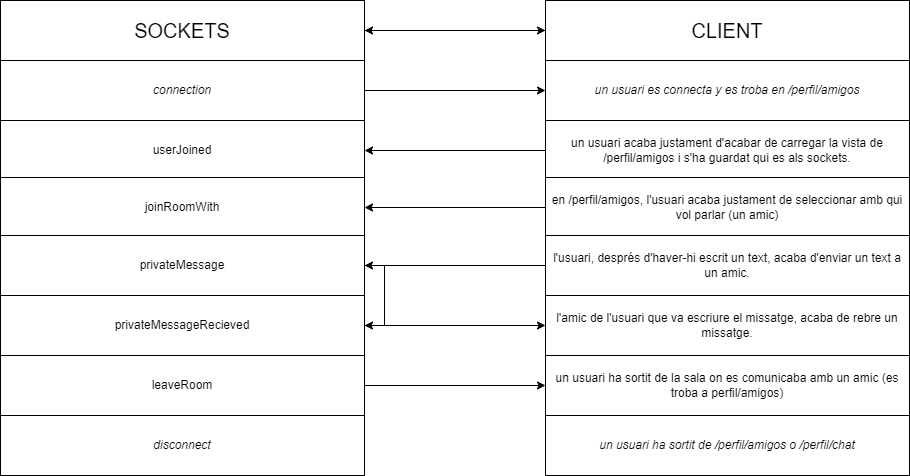
Above: doc/Documentació Tècnica/Esdeveniments Sockets/sockets-esdeveniments.drawio.png in a22joslarfer/tr3-prj3-g6 (draw.io), before the change. Source tidied: cells renumbered, new cells last; positions are measured from the earlier drawing's top-left corner, leaving out a move shared by most shapes. The source it was exported from:
```xml
<mxGraphModel>
  <root>
    <mxCell id="0" />
    <mxCell id="1" parent="0" />
    <mxCell id="2" style="edgeStyle=orthogonalEdgeStyle;rounded=0;jettySize=auto;html=1;entryX=0;entryY=0.5;entryDx=0;entryDy=0;" parent="1" edge="1" source="3" target="5">
      <mxGeometry relative="1" as="geometry" />
    </mxCell>
    <mxCell id="3" value="&lt;font style=&quot;font-size: 20px;&quot;&gt;SOCKETS&lt;/font&gt;" style="rounded=0;whiteSpace=wrap;html=1;" parent="1" vertex="1">
      <mxGeometry width="364" height="60" as="geometry" />
    </mxCell>
    <mxCell id="4" style="edgeStyle=orthogonalEdgeStyle;rounded=0;jettySize=auto;html=1;entryX=1;entryY=0.5;entryDx=0;entryDy=0;" parent="1" edge="1" source="5" target="3">
      <mxGeometry relative="1" as="geometry" />
    </mxCell>
    <mxCell id="5" value="&lt;font style=&quot;font-size: 20px;&quot;&gt;CLIENT&lt;/font&gt;" style="rounded=0;whiteSpace=wrap;html=1;" parent="1" vertex="1">
      <mxGeometry x="545" width="364" height="60" as="geometry" />
    </mxCell>
    <mxCell id="6" style="edgeStyle=orthogonalEdgeStyle;rounded=0;jettySize=auto;html=1;entryX=0;entryY=0.5;entryDx=0;entryDy=0;" parent="1" edge="1" source="7" target="17">
      <mxGeometry relative="1" as="geometry" />
    </mxCell>
    <mxCell id="7" value="&lt;i&gt;connection&lt;/i&gt;" style="rounded=0;whiteSpace=wrap;html=1;" parent="1" vertex="1">
      <mxGeometry y="60" width="364" height="60" as="geometry" />
    </mxCell>
    <mxCell id="8" value="userJoined" style="rounded=0;whiteSpace=wrap;html=1;" parent="1" vertex="1">
      <mxGeometry y="120" width="364" height="60" as="geometry" />
    </mxCell>
    <mxCell id="9" value="joinRoomWith" style="rounded=0;whiteSpace=wrap;html=1;" parent="1" vertex="1">
      <mxGeometry y="177" width="364" height="60" as="geometry" />
    </mxCell>
    <mxCell id="10" style="edgeStyle=orthogonalEdgeStyle;rounded=0;jettySize=auto;html=1;entryX=1;entryY=0.5;entryDx=0;entryDy=0;" parent="1" edge="1" source="11" target="13">
      <mxGeometry relative="1" as="geometry">
        <Array as="points">
          <mxPoint x="384" y="265" />
          <mxPoint x="384" y="325" />
        </Array>
      </mxGeometry>
    </mxCell>
    <mxCell id="11" value="privateMessage" style="rounded=0;whiteSpace=wrap;html=1;" parent="1" vertex="1">
      <mxGeometry y="235" width="364" height="60" as="geometry" />
    </mxCell>
    <mxCell id="12" style="edgeStyle=orthogonalEdgeStyle;rounded=0;jettySize=auto;html=1;entryX=0;entryY=0.5;entryDx=0;entryDy=0;" parent="1" edge="1" source="13" target="24">
      <mxGeometry relative="1" as="geometry" />
    </mxCell>
    <mxCell id="13" value="privateMessageRecieved" style="rounded=0;whiteSpace=wrap;html=1;" parent="1" vertex="1">
      <mxGeometry y="295" width="364" height="60" as="geometry" />
    </mxCell>
    <mxCell id="14" style="edgeStyle=orthogonalEdgeStyle;rounded=0;jettySize=auto;html=1;entryX=0;entryY=0.5;entryDx=0;entryDy=0;" parent="1" edge="1" source="15" target="25">
      <mxGeometry relative="1" as="geometry" />
    </mxCell>
    <mxCell id="15" value="leaveRoom" style="rounded=0;whiteSpace=wrap;html=1;" parent="1" vertex="1">
      <mxGeometry y="355" width="364" height="60" as="geometry" />
    </mxCell>
    <mxCell id="16" value="&lt;i&gt;disconnect&lt;/i&gt;" style="rounded=0;whiteSpace=wrap;html=1;" parent="1" vertex="1">
      <mxGeometry y="415" width="364" height="60" as="geometry" />
    </mxCell>
    <mxCell id="17" value="&lt;i&gt;un usuari es connecta y es troba en /perfil/amigos&lt;/i&gt;" style="rounded=0;whiteSpace=wrap;html=1;" parent="1" vertex="1">
      <mxGeometry x="545" y="60" width="364" height="60" as="geometry" />
    </mxCell>
    <mxCell id="18" style="edgeStyle=orthogonalEdgeStyle;rounded=0;jettySize=auto;html=1;entryX=1;entryY=0.5;entryDx=0;entryDy=0;" parent="1" edge="1" source="19" target="8">
      <mxGeometry relative="1" as="geometry" />
    </mxCell>
    <mxCell id="19" value="un usuari acaba justament d'acabar de carregar la vista de /perfil/amigos i s'ha guardat qui es als sockets." style="rounded=0;whiteSpace=wrap;html=1;" parent="1" vertex="1">
      <mxGeometry x="545" y="120" width="364" height="60" as="geometry" />
    </mxCell>
    <mxCell id="20" style="edgeStyle=orthogonalEdgeStyle;rounded=0;jettySize=auto;html=1;" parent="1" edge="1" source="21" target="9">
      <mxGeometry relative="1" as="geometry" />
    </mxCell>
    <mxCell id="21" value="en /perfil/amigos, l'usuari acaba justament de seleccionar amb qui vol parlar (un amic)" style="rounded=0;whiteSpace=wrap;html=1;" parent="1" vertex="1">
      <mxGeometry x="545" y="177" width="364" height="60" as="geometry" />
    </mxCell>
    <mxCell id="22" style="edgeStyle=orthogonalEdgeStyle;rounded=0;jettySize=auto;html=1;entryX=1;entryY=0.5;entryDx=0;entryDy=0;" parent="1" edge="1" source="23" target="11">
      <mxGeometry relative="1" as="geometry" />
    </mxCell>
    <mxCell id="23" value="l'usuari, després d'haver-hi escrit un text, acaba d'enviar un text a un amic." style="rounded=0;whiteSpace=wrap;html=1;" parent="1" vertex="1">
      <mxGeometry x="545" y="235" width="364" height="60" as="geometry" />
    </mxCell>
    <mxCell id="24" value="l'amic de l'usuari que va escriure el missatge, acaba de rebre un missatge." style="rounded=0;whiteSpace=wrap;html=1;" parent="1" vertex="1">
      <mxGeometry x="545" y="295" width="364" height="60" as="geometry" />
    </mxCell>
    <mxCell id="25" value="un usuari ha sortit de la sala on es comunicaba amb un amic (es troba a perfil/amigos)" style="rounded=0;whiteSpace=wrap;html=1;" parent="1" vertex="1">
      <mxGeometry x="545" y="355" width="364" height="60" as="geometry" />
    </mxCell>
    <mxCell id="26" value="&lt;i&gt;un usuari ha sortit de /perfil/amigos o /perfil/chat&lt;/i&gt;" style="rounded=0;whiteSpace=wrap;html=1;" parent="1" vertex="1">
      <mxGeometry x="545" y="415" width="364" height="60" as="geometry" />
    </mxCell>
  </root>
</mxGraphModel>
```
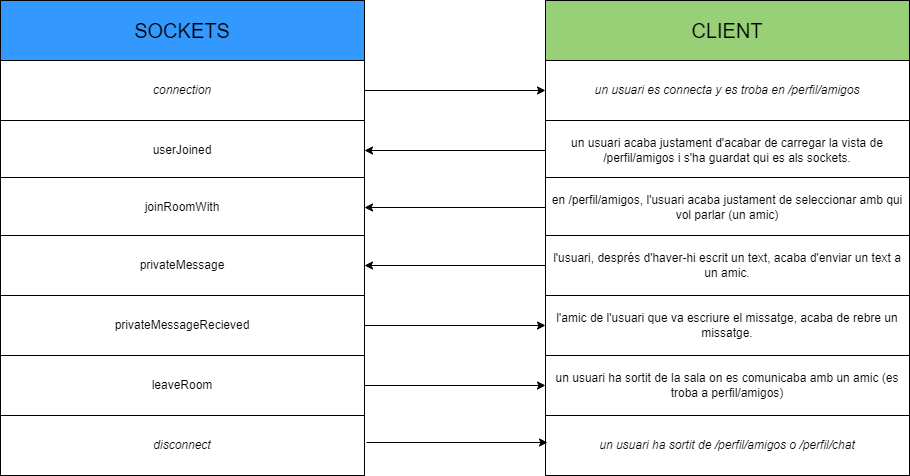
The same file after the commit.

Commit message:
canvis diagrames UML

What changed in the source:
```diff
@@ -2,16 +2,10 @@
   <root>
     <mxCell id="0" />
     <mxCell id="1" parent="0" />
-    <mxCell id="2" style="edgeStyle=orthogonalEdgeStyle;rounded=0;jettySize=auto;html=1;entryX=0;entryY=0.5;entryDx=0;entryDy=0;" parent="1" edge="1" source="3" target="5">
-      <mxGeometry relative="1" as="geometry" />
-    </mxCell>
-    <mxCell id="3" value="&lt;font style=&quot;font-size: 20px;&quot;&gt;SOCKETS&lt;/font&gt;" style="rounded=0;whiteSpace=wrap;html=1;" parent="1" vertex="1">
+    <mxCell id="3" value="&lt;font style=&quot;font-size: 20px;&quot;&gt;SOCKETS&lt;/font&gt;" style="rounded=0;whiteSpace=wrap;html=1;fillColor=#3399FF;" parent="1" vertex="1">
       <mxGeometry width="364" height="60" as="geometry" />
     </mxCell>
-    <mxCell id="4" style="edgeStyle=orthogonalEdgeStyle;rounded=0;jettySize=auto;html=1;entryX=1;entryY=0.5;entryDx=0;entryDy=0;" parent="1" edge="1" source="5" target="3">
-      <mxGeometry relative="1" as="geometry" />
-    </mxCell>
-    <mxCell id="5" value="&lt;font style=&quot;font-size: 20px;&quot;&gt;CLIENT&lt;/font&gt;" style="rounded=0;whiteSpace=wrap;html=1;" parent="1" vertex="1">
+    <mxCell id="5" value="&lt;font style=&quot;font-size: 20px;&quot;&gt;CLIENT&lt;/font&gt;" style="rounded=0;whiteSpace=wrap;html=1;fillColor=#97D077;" parent="1" vertex="1">
       <mxGeometry x="545" width="364" height="60" as="geometry" />
     </mxCell>
     <mxCell id="6" style="edgeStyle=orthogonalEdgeStyle;rounded=0;jettySize=auto;html=1;entryX=0;entryY=0.5;entryDx=0;entryDy=0;" parent="1" edge="1" source="7" target="17">
@@ -26,14 +20,6 @@
     <mxCell id="9" value="joinRoomWith" style="rounded=0;whiteSpace=wrap;html=1;" parent="1" vertex="1">
       <mxGeometry y="177" width="364" height="60" as="geometry" />
     </mxCell>
-    <mxCell id="10" style="edgeStyle=orthogonalEdgeStyle;rounded=0;jettySize=auto;html=1;entryX=1;entryY=0.5;entryDx=0;entryDy=0;" parent="1" edge="1" source="11" target="13">
-      <mxGeometry relative="1" as="geometry">
-        <Array as="points">
-          <mxPoint x="384" y="265" />
-          <mxPoint x="384" y="325" />
-        </Array>
-      </mxGeometry>
-    </mxCell>
     <mxCell id="11" value="privateMessage" style="rounded=0;whiteSpace=wrap;html=1;" parent="1" vertex="1">
       <mxGeometry y="235" width="364" height="60" as="geometry" />
     </mxCell>
@@ -82,5 +68,11 @@
     <mxCell id="26" value="&lt;i&gt;un usuari ha sortit de /perfil/amigos o /perfil/chat&lt;/i&gt;" style="rounded=0;whiteSpace=wrap;html=1;" parent="1" vertex="1">
       <mxGeometry x="545" y="415" width="364" height="60" as="geometry" />
     </mxCell>
+    <mxCell id="27" style="edgeStyle=orthogonalEdgeStyle;rounded=0;orthogonalLoop=1;jettySize=auto;html=1;entryX=0;entryY=0.5;entryDx=0;entryDy=0;" parent="1" edge="1">
+      <mxGeometry relative="1" as="geometry">
+        <mxPoint x="366" y="442" as="sourcePoint" />
+        <mxPoint x="547" y="442" as="targetPoint" />
+      </mxGeometry>
+    </mxCell>
   </root>
 </mxGraphModel>
```
